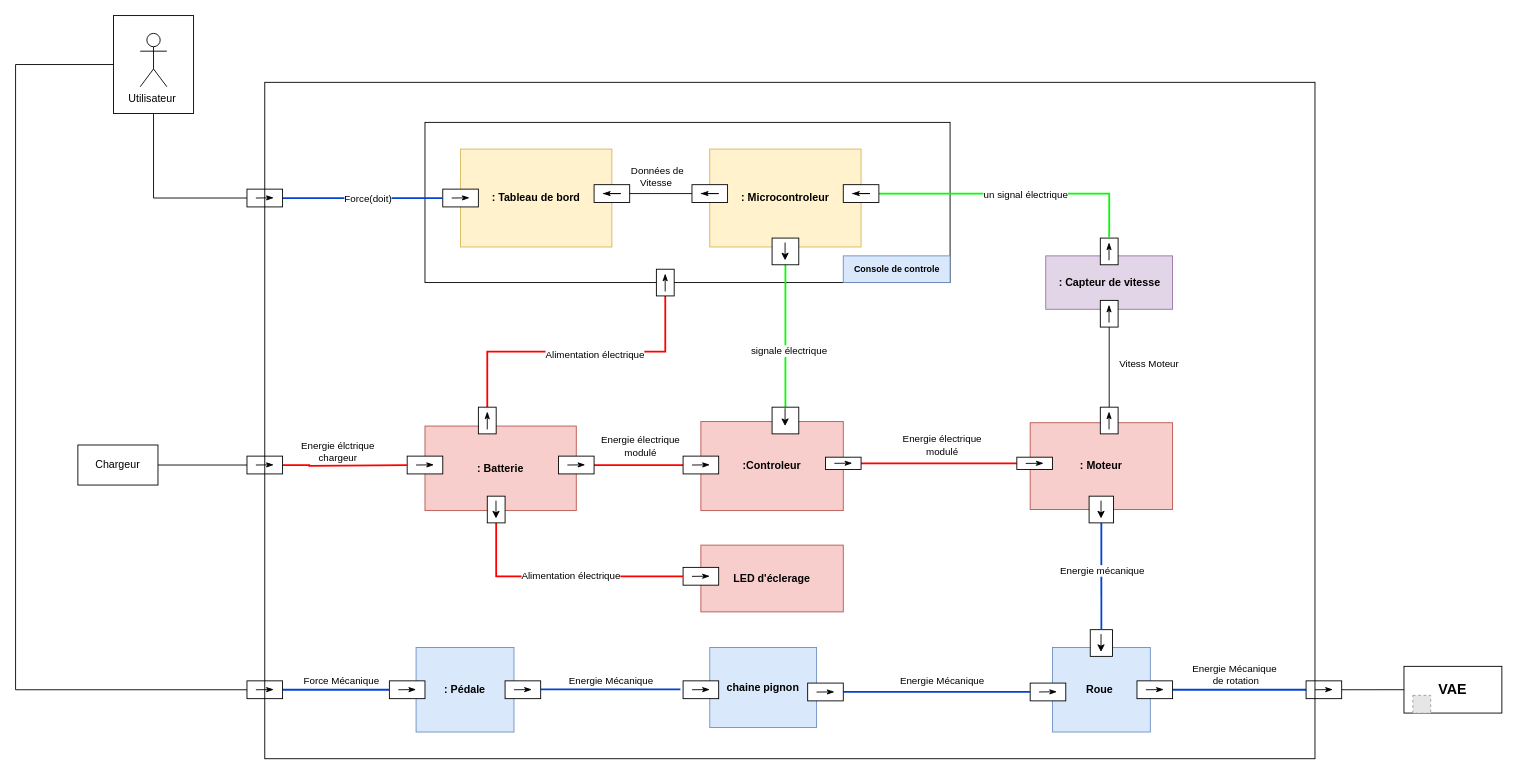
Earlier version of the draw.io diagram diagramme de bloc interne.drawio (zakaria-bak/VAE-Velo-Assistance-Electrique--SysML-diagrams). Source tidied: cells renumbered, new cells numbered last; positions are measured from the earlier drawing's top-left corner, leaving out a move shared by most shapes. Both pictures are drawn from the tidied source at 89%, with x=0, y=0 at pixel (15, 15). Pictures stored in the file or linked from it are replaced by grey dashed boxes.
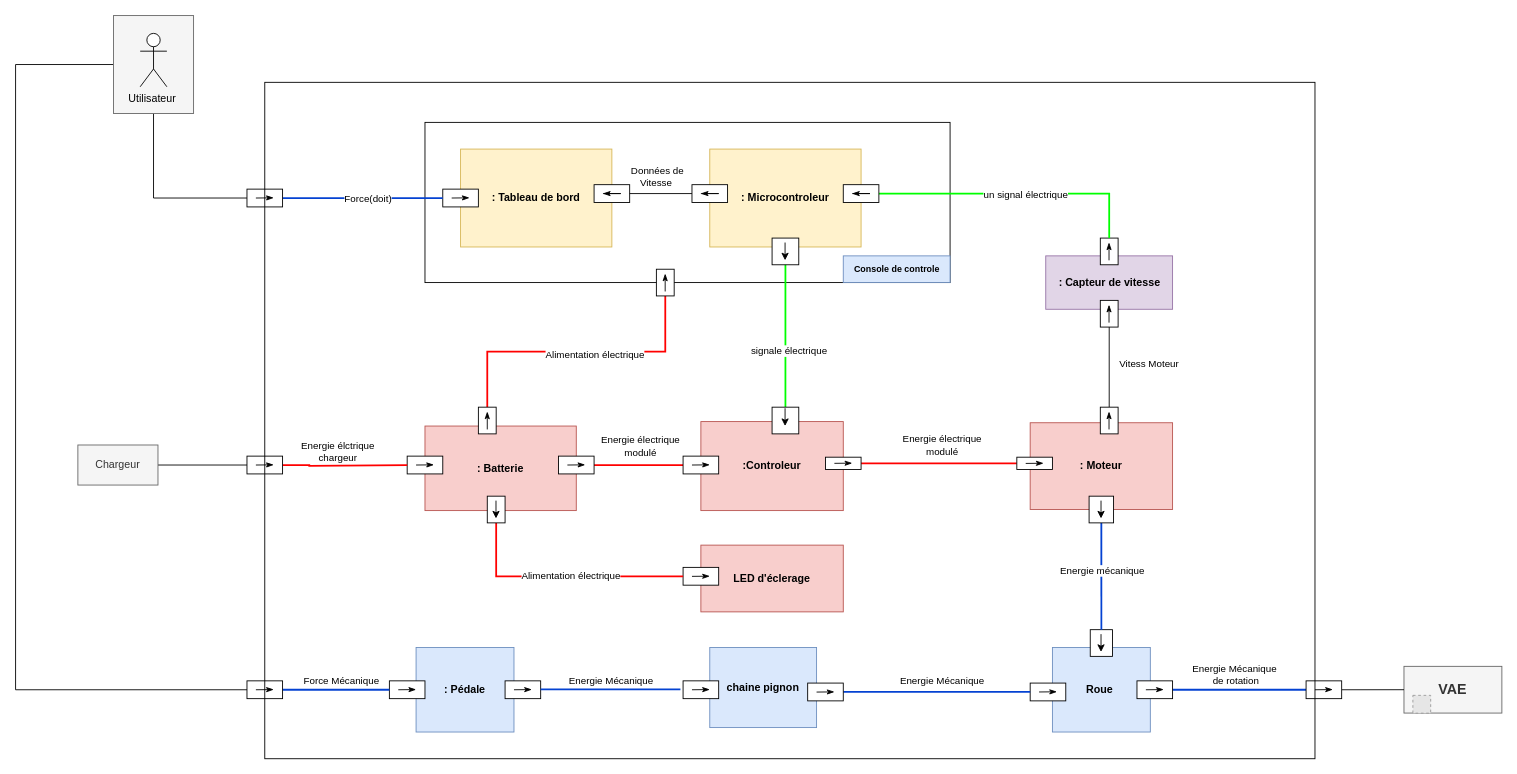
The same diagram, later.

The edit, as a diff of the source:
```diff
@@
-    <mxCell id="4" style="rounded=0;whiteSpace=wrap;html=1;" parent="1" vertex="1">
+    <mxCell id="4" style="rounded=0;whiteSpace=wrap;html=1;fillColor=#f5f5f5;fontColor=#333333;strokeColor=#666666;" parent="1" vertex="1">
       <mxGeometry x="110" width="90" height="110" as="geometry" />
     </mxCell>
@@
-    <mxCell id="90" value="&lt;font size=&quot;1&quot; style=&quot;&quot;&gt;&lt;b style=&quot;font-size: 16px;&quot;&gt;VAE&lt;/b&gt;&lt;/font&gt;" style="rounded=0;whiteSpace=wrap;html=1;" parent="1" vertex="1">
+    <mxCell id="90" value="&lt;font size=&quot;1&quot; style=&quot;&quot;&gt;&lt;b style=&quot;font-size: 16px;&quot;&gt;VAE&lt;/b&gt;&lt;/font&gt;" style="rounded=0;whiteSpace=wrap;html=1;fillColor=#f5f5f5;fontColor=#333333;strokeColor=#666666;" parent="1" vertex="1">
       <mxGeometry x="1560" y="731.2" width="110" height="52.5" as="geometry" />
     </mxCell>
@@
-    <mxCell id="93" value="Chargeur" style="rounded=0;whiteSpace=wrap;html=1;" parent="1" vertex="1">
+    <mxCell id="93" value="Chargeur" style="rounded=0;whiteSpace=wrap;html=1;fillColor=#f5f5f5;fontColor=#333333;strokeColor=#666666;" parent="1" vertex="1">
       <mxGeometry x="70" y="482.5" width="90" height="45" as="geometry" />
     </mxCell>
```
